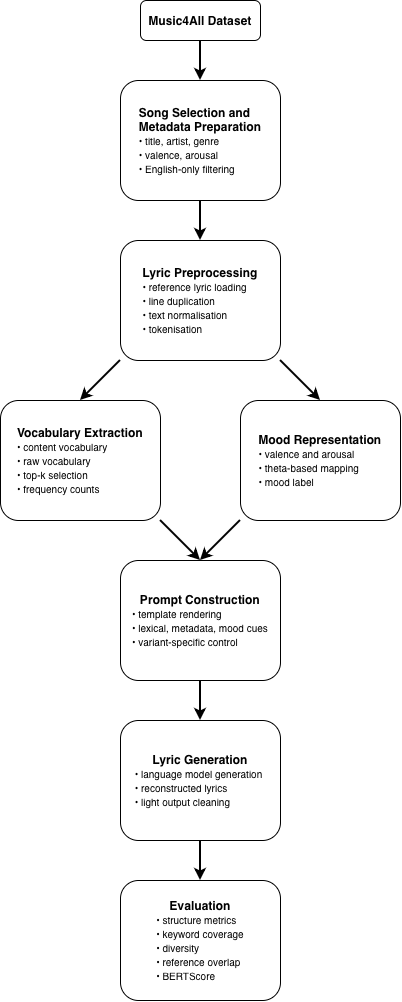
Before: dissertation/figures/approach-pipeline.png, a diagram exported from draw.io (AdamAldrin/lyrics-reconstruction-dissertation). Source tidied: cells renumbered, new cells last; positions are measured from the earlier drawing's top-left corner, leaving out a move shared by most shapes.
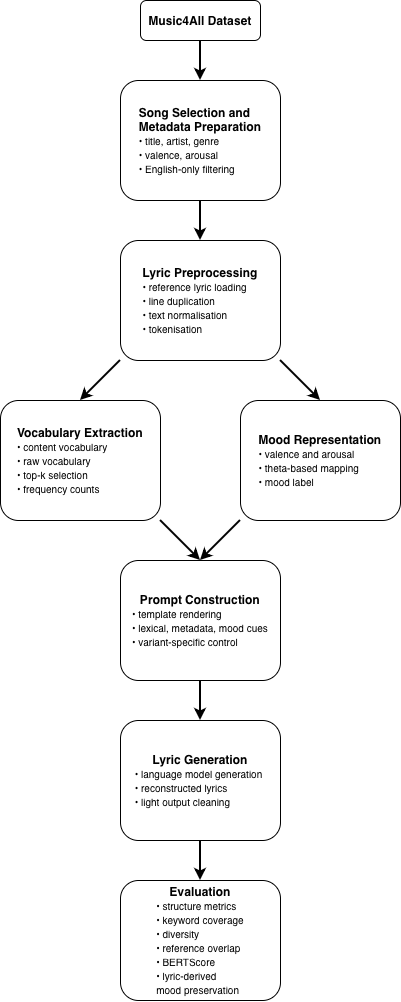
Above is the later version.

The edit, as a diff of the source:
```diff
@@ -71,7 +71,7 @@
     <mxCell id="24" style="rounded=1;whiteSpace=wrap;html=1;" parent="1" vertex="1">
       <mxGeometry x="120" y="880" width="160" height="120" as="geometry" />
     </mxCell>
-    <mxCell id="25" value="&lt;b&gt;Evaluation&lt;/b&gt;&lt;br&gt;&lt;div style=&quot;text-align: left;&quot;&gt;&lt;font style=&quot;font-size: 10px;&quot;&gt;• structure metrics&amp;nbsp;&lt;/font&gt;&lt;/div&gt;&lt;div style=&quot;text-align: left;&quot;&gt;&lt;font style=&quot;font-size: 10px;&quot;&gt;• keyword coverage&lt;/font&gt;&lt;/div&gt;&lt;div style=&quot;text-align: left;&quot;&gt;&lt;font style=&quot;font-size: 10px;&quot;&gt;• diversity&lt;/font&gt;&lt;/div&gt;&lt;div style=&quot;text-align: left;&quot;&gt;&lt;font style=&quot;font-size: 10px;&quot;&gt;• reference overlap&lt;/font&gt;&lt;/div&gt;&lt;div style=&quot;text-align: left;&quot;&gt;&lt;font style=&quot;font-size: 10px;&quot;&gt;• BERTScore&lt;/font&gt;&lt;/div&gt;" style="text;html=1;whiteSpace=wrap;strokeColor=none;fillColor=none;align=center;verticalAlign=middle;rounded=0;" parent="1" vertex="1">
+    <mxCell id="25" value="&lt;b&gt;Evaluation&lt;/b&gt;&lt;br&gt;&lt;div style=&quot;text-align: left;&quot;&gt;&lt;font style=&quot;font-size: 10px;&quot;&gt;• structure metrics&amp;nbsp;&lt;/font&gt;&lt;/div&gt;&lt;div style=&quot;text-align: left;&quot;&gt;&lt;font style=&quot;font-size: 10px;&quot;&gt;• keyword coverage&lt;/font&gt;&lt;/div&gt;&lt;div style=&quot;text-align: left;&quot;&gt;&lt;font style=&quot;font-size: 10px;&quot;&gt;• diversity&lt;/font&gt;&lt;/div&gt;&lt;div style=&quot;text-align: left;&quot;&gt;&lt;font style=&quot;font-size: 10px;&quot;&gt;• reference overlap&lt;/font&gt;&lt;/div&gt;&lt;div style=&quot;text-align: left;&quot;&gt;&lt;font style=&quot;font-size: 10px;&quot;&gt;• BERTScore&lt;/font&gt;&lt;/div&gt;&lt;div style=&quot;text-align: left;&quot;&gt;&lt;font style=&quot;font-size: 10px;&quot;&gt;• lyric-derived&amp;nbsp;&lt;/font&gt;&lt;/div&gt;&lt;div style=&quot;text-align: left;&quot;&gt;&lt;font style=&quot;font-size: 10px;&quot;&gt;mood preservation&lt;/font&gt;&lt;/div&gt;" style="text;html=1;whiteSpace=wrap;strokeColor=none;fillColor=none;align=center;verticalAlign=middle;rounded=0;" parent="1" vertex="1">
       <mxGeometry x="120" y="880" width="160" height="120" as="geometry" />
     </mxCell>
   </root>
```
